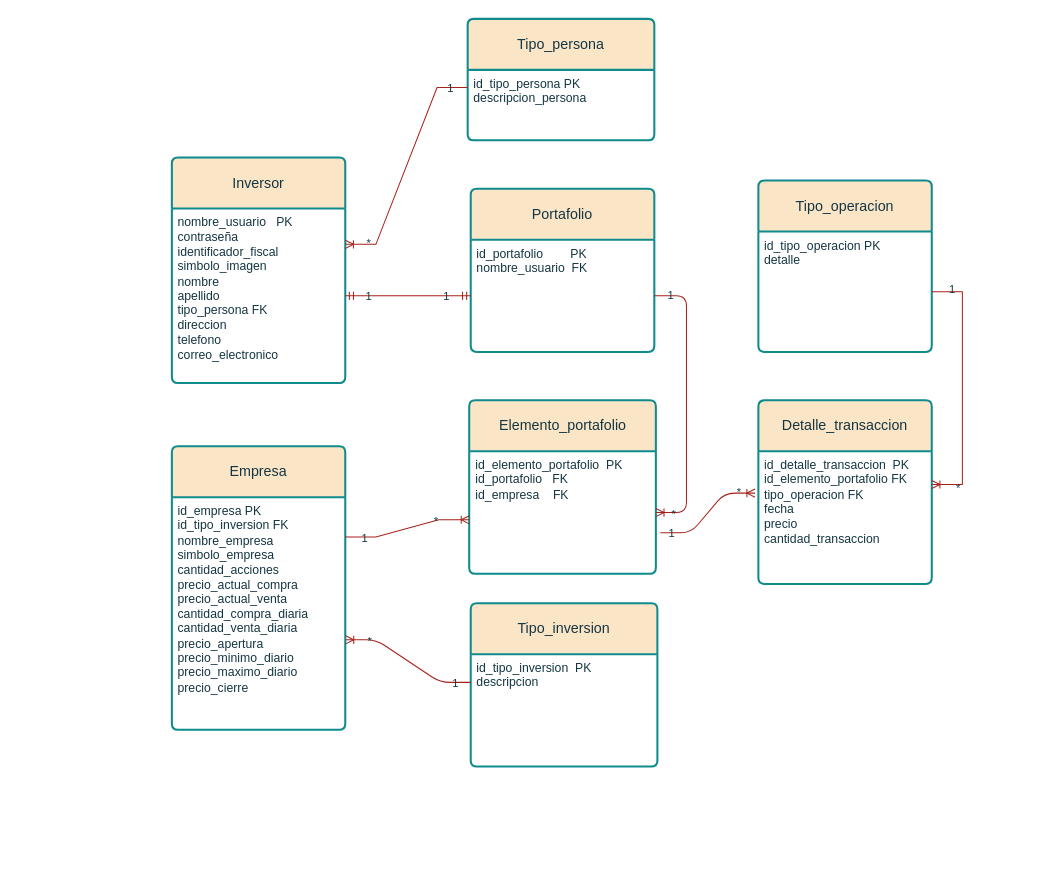
Before: Documentación/Diagrama-del-Modelo-Relacional.drawio in INNOVAcodersISPC/ARGBroker, a draw.io diagram. Source tidied: cells renumbered, new cells numbered last; positions are measured from the earlier drawing's top-left corner, leaving out a move shared by most shapes. Both pictures are drawn from the tidied source at 102%, with x=0, y=0 at pixel (17, 18).
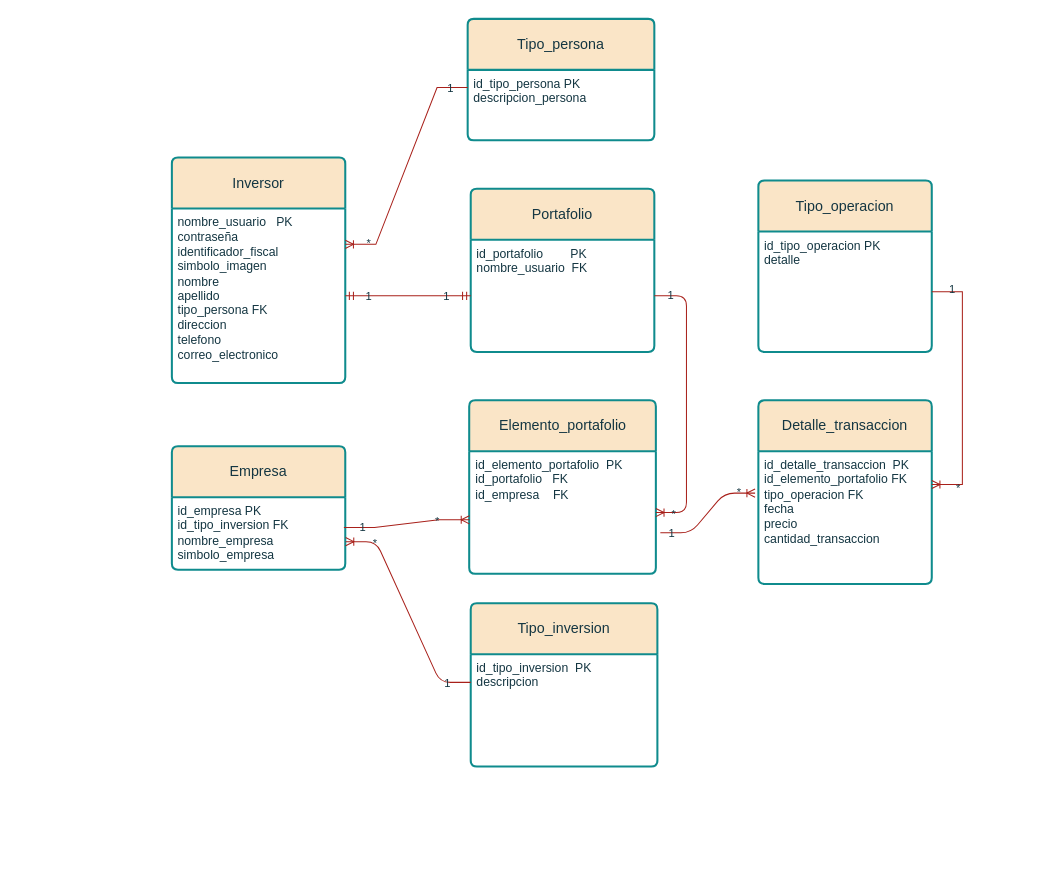
After the change.

Commit message:
Borrar Atributos Calculables

The change refers to these unchanged cells:
```xml
<mxCell id="16" value="&lt;div&gt;id_elemento_portafolio&amp;nbsp; PK&lt;/div&gt;&lt;div&gt;id_portafolio&amp;nbsp; &amp;nbsp;FK&lt;/div&gt;&lt;div&gt;id_empresa&amp;nbsp; &amp;nbsp; FK&lt;/div&gt;&lt;div&gt;&lt;br&gt;&lt;/div&gt;&lt;div&gt;&lt;br&gt;&lt;/div&gt;&lt;div&gt;&lt;br&gt;&lt;/div&gt;" style="align=left;strokeColor=none;fillColor=none;spacingLeft=4;fontSize=12;verticalAlign=top;html=1;rounded=1;labelBackgroundColor=none;fontColor=#143642;" parent="15" vertex="1">
  <mxGeometry y="50" width="183" height="120" as="geometry" />
</mxCell>
```

What changed in the source:
```diff
@@
     <mxCell id="9" value="Empresa" style="swimlane;horizontal=1;startSize=50;rounded=1;fontSize=14;fontStyle=0;strokeWidth=2;shadow=0;dashed=0;align=center;arcSize=4;whiteSpace=wrap;html=1;labelBackgroundColor=none;fillColor=#FAE5C7;strokeColor=#0F8B8D;fontColor=#143642;" parent="1" vertex="1">
-      <mxGeometry x="151" y="419" width="170" height="278" as="geometry" />
+      <mxGeometry x="151" y="419" width="170" height="121" as="geometry" />
     </mxCell>
-    <mxCell id="10" value="id_empresa PK&lt;div&gt;id_tipo_inversion FK&lt;br&gt;&lt;div&gt;nombre_empresa&lt;/div&gt;&lt;div&gt;simbolo_empresa&lt;/div&gt;&lt;div&gt;cantidad_acciones&lt;/div&gt;&lt;div&gt;precio_actual_compra&lt;/div&gt;&lt;div&gt;precio_actual_venta&lt;/div&gt;&lt;div&gt;cantidad_compra_diaria&lt;br&gt;cantidad_venta_diaria&lt;/div&gt;&lt;div&gt;precio_apertura&lt;/div&gt;&lt;div&gt;precio_minimo_diario&lt;/div&gt;&lt;div&gt;precio_maximo_diario&lt;/div&gt;&lt;div&gt;precio_cierre&amp;nbsp;&lt;/div&gt;&lt;/div&gt;" style="align=left;strokeColor=none;fillColor=none;spacingLeft=4;fontSize=12;verticalAlign=top;html=1;rounded=1;labelBackgroundColor=none;fontColor=#143642;" parent="9" vertex="1">
-      <mxGeometry y="50" width="170" height="228" as="geometry" />
+    <mxCell id="10" value="id_empresa PK&lt;div&gt;id_tipo_inversion FK&lt;br&gt;&lt;div&gt;nombre_empresa&lt;/div&gt;&lt;div&gt;simbolo_empresa&lt;/div&gt;&lt;div&gt;&lt;span style=&quot;background-color: initial;&quot;&gt;&amp;nbsp;&lt;/span&gt;&lt;/div&gt;&lt;/div&gt;" style="align=left;strokeColor=none;fillColor=none;spacingLeft=4;fontSize=12;verticalAlign=top;html=1;rounded=1;labelBackgroundColor=none;fontColor=#143642;" parent="9" vertex="1">
+      <mxGeometry y="50" width="170" height="71" as="geometry" />
     </mxCell>
@@
-    <mxCell id="33" style="edgeStyle=entityRelationEdgeStyle;fontSize=12;html=1;endArrow=ERoneToMany;rounded=0;entryX=0.001;entryY=0.559;entryDx=0;entryDy=0;entryPerimeter=0;labelBackgroundColor=none;strokeColor=#A8201A;fontColor=default;" parent="1" edge="1" target="16">
-      <mxGeometry relative="1" as="geometry">
-        <mxPoint x="321" y="508" as="sourcePoint" />
-      </mxGeometry>
+    <mxCell id="33" style="edgeStyle=entityRelationEdgeStyle;fontSize=12;html=1;endArrow=ERoneToMany;rounded=0;entryX=0.001;entryY=0.559;entryDx=0;entryDy=0;entryPerimeter=0;labelBackgroundColor=none;strokeColor=#A8201A;fontColor=default;exitX=0.992;exitY=0.418;exitDx=0;exitDy=0;exitPerimeter=0;" parent="1" edge="1" source="10" target="16">
+      <mxGeometry relative="1" as="geometry" />
     </mxCell>
```
